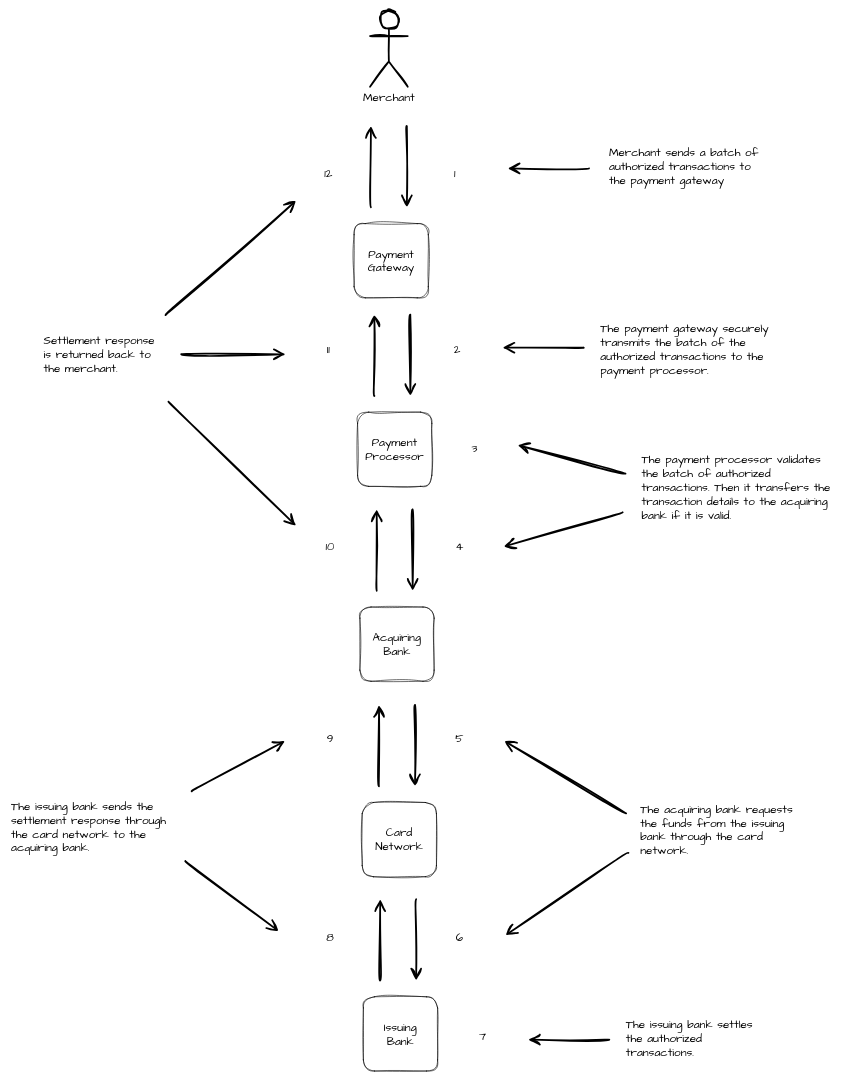
Above: page "payment-settlement" (3 of 3) of docs/payment-lifecycle.drawio in mikita-zadarozhny/banking-systems-lab (draw.io), before the change. Source tidied: cells renumbered, new cells numbered last; positions are measured from the earlier drawing's top-left corner, leaving out a move shared by most shapes. Both pictures are drawn from the tidied source at 58%, with x=0, y=0 at pixel (10, 10).
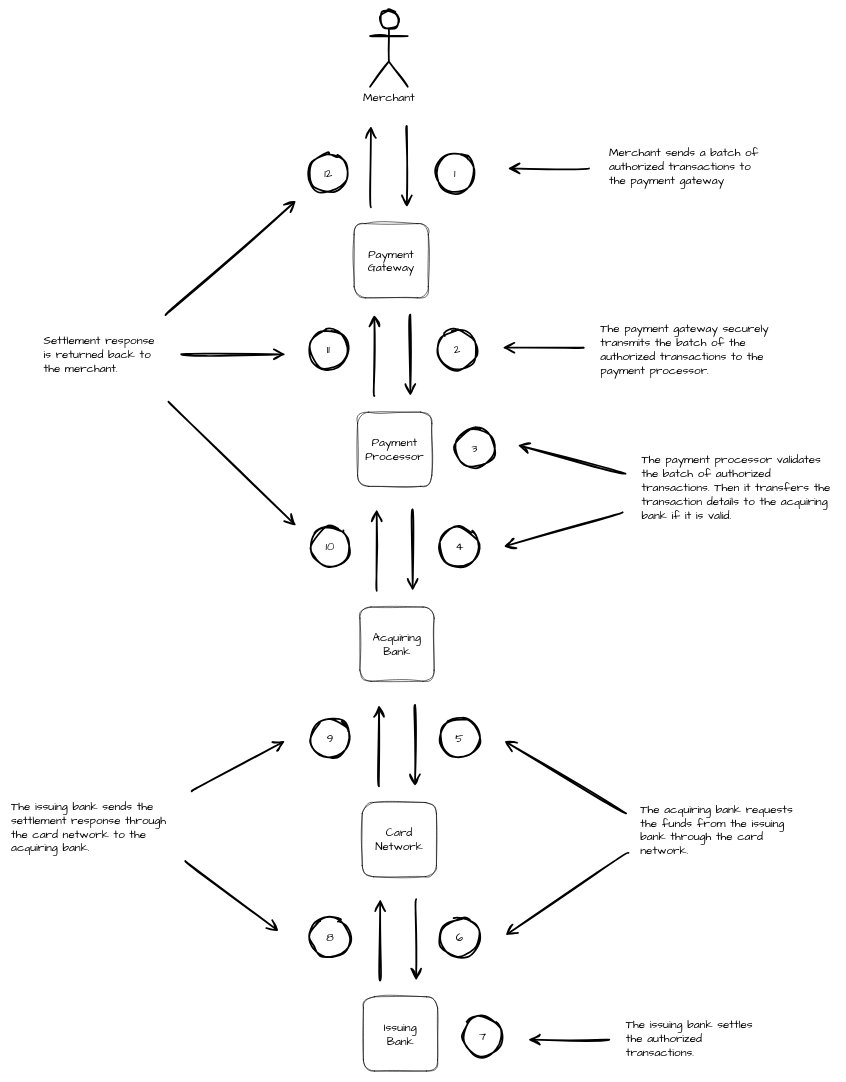
After the change.

Diff of the diagram source:
```diff
@@
-    <mxCell id="22" value="1" style="ellipse;whiteSpace=wrap;html=1;fillColor=default;strokeColor=#FFFFFF;sketch=1;curveFitting=1;jiggle=2;fontFamily=Architects Daughter;fontSize=20;strokeWidth=3;" parent="1" vertex="1">
+    <mxCell id="22" value="1" style="ellipse;whiteSpace=wrap;html=1;sketch=1;curveFitting=1;jiggle=2;fontFamily=Architects Daughter;fontSize=20;strokeWidth=3;" parent="1" vertex="1">
       <mxGeometry x="733" y="246" width="68" height="68" as="geometry" />
     </mxCell>
-    <mxCell id="23" value="2" style="ellipse;whiteSpace=wrap;html=1;fillColor=default;strokeColor=#FFFFFF;sketch=1;curveFitting=1;jiggle=2;fontFamily=Architects Daughter;fontSize=20;strokeWidth=3;" parent="1" vertex="1">
+    <mxCell id="23" value="2" style="ellipse;whiteSpace=wrap;html=1;sketch=1;curveFitting=1;jiggle=2;fontFamily=Architects Daughter;fontSize=20;strokeWidth=3;" parent="1" vertex="1">
       <mxGeometry x="737" y="550" width="68" height="68" as="geometry" />
     </mxCell>
-    <mxCell id="24" value="3" style="ellipse;whiteSpace=wrap;html=1;fillColor=default;strokeColor=#FFFFFF;sketch=1;curveFitting=1;jiggle=2;fontFamily=Architects Daughter;fontSize=20;strokeWidth=3;" parent="1" vertex="1">
+    <mxCell id="24" value="3" style="ellipse;whiteSpace=wrap;html=1;sketch=1;curveFitting=1;jiggle=2;fontFamily=Architects Daughter;fontSize=20;strokeWidth=3;" parent="1" vertex="1">
       <mxGeometry x="767" y="720" width="68" height="68" as="geometry" />
     </mxCell>
-    <mxCell id="25" value="4" style="ellipse;whiteSpace=wrap;html=1;fillColor=default;strokeColor=#FFFFFF;sketch=1;curveFitting=1;jiggle=2;fontFamily=Architects Daughter;fontSize=20;strokeWidth=3;" parent="1" vertex="1">
+    <mxCell id="25" value="4" style="ellipse;whiteSpace=wrap;html=1;sketch=1;curveFitting=1;jiggle=2;fontFamily=Architects Daughter;fontSize=20;strokeWidth=3;" parent="1" vertex="1">
       <mxGeometry x="741" y="890" width="68" height="68" as="geometry" />
     </mxCell>
-    <mxCell id="26" value="5" style="ellipse;whiteSpace=wrap;html=1;fillColor=default;strokeColor=#FFFFFF;sketch=1;curveFitting=1;jiggle=2;fontFamily=Architects Daughter;fontSize=20;strokeWidth=3;" parent="1" vertex="1">
+    <mxCell id="26" value="5" style="ellipse;whiteSpace=wrap;html=1;sketch=1;curveFitting=1;jiggle=2;fontFamily=Architects Daughter;fontSize=20;strokeWidth=3;" parent="1" vertex="1">
       <mxGeometry x="741" y="1220" width="68" height="68" as="geometry" />
     </mxCell>
-    <mxCell id="27" value="6" style="ellipse;whiteSpace=wrap;html=1;fillColor=default;strokeColor=#FFFFFF;sketch=1;curveFitting=1;jiggle=2;fontFamily=Architects Daughter;fontSize=20;strokeWidth=3;" parent="1" vertex="1">
+    <mxCell id="27" value="6" style="ellipse;whiteSpace=wrap;html=1;sketch=1;curveFitting=1;jiggle=2;fontFamily=Architects Daughter;fontSize=20;strokeWidth=3;" parent="1" vertex="1">
       <mxGeometry x="741" y="1564.2" width="68" height="68" as="geometry" />
     </mxCell>
-    <mxCell id="28" value="10" style="ellipse;whiteSpace=wrap;html=1;fillColor=default;strokeColor=#FFFFFF;sketch=1;curveFitting=1;jiggle=2;fontFamily=Architects Daughter;fontSize=20;strokeWidth=3;" parent="1" vertex="1">
+    <mxCell id="28" value="10" style="ellipse;whiteSpace=wrap;html=1;sketch=1;curveFitting=1;jiggle=2;fontFamily=Architects Daughter;fontSize=20;strokeWidth=3;" parent="1" vertex="1">
       <mxGeometry x="518" y="890" width="68" height="68" as="geometry" />
     </mxCell>
-    <mxCell id="29" value="9" style="ellipse;whiteSpace=wrap;html=1;fillColor=default;strokeColor=#FFFFFF;sketch=1;curveFitting=1;jiggle=2;fontFamily=Architects Daughter;fontSize=20;strokeWidth=3;" parent="1" vertex="1">
+    <mxCell id="29" value="9" style="ellipse;whiteSpace=wrap;html=1;sketch=1;curveFitting=1;jiggle=2;fontFamily=Architects Daughter;fontSize=20;strokeWidth=3;" parent="1" vertex="1">
       <mxGeometry x="518" y="1220" width="68" height="68" as="geometry" />
     </mxCell>
-    <mxCell id="30" value="8" style="ellipse;whiteSpace=wrap;html=1;fillColor=default;strokeColor=#FFFFFF;sketch=1;curveFitting=1;jiggle=2;fontFamily=Architects Daughter;fontSize=20;strokeWidth=3;" parent="1" vertex="1">
+    <mxCell id="30" value="8" style="ellipse;whiteSpace=wrap;html=1;sketch=1;curveFitting=1;jiggle=2;fontFamily=Architects Daughter;fontSize=20;strokeWidth=3;" parent="1" vertex="1">
       <mxGeometry x="518" y="1564.2" width="68" height="68" as="geometry" />
     </mxCell>
-    <mxCell id="31" value="7" style="ellipse;whiteSpace=wrap;html=1;fillColor=default;strokeColor=#FFFFFF;sketch=1;curveFitting=1;jiggle=2;fontFamily=Architects Daughter;fontSize=20;strokeWidth=3;" parent="1" vertex="1">
+    <mxCell id="31" value="7" style="ellipse;whiteSpace=wrap;html=1;sketch=1;curveFitting=1;jiggle=2;fontFamily=Architects Daughter;fontSize=20;strokeWidth=3;" parent="1" vertex="1">
       <mxGeometry x="781" y="1734" width="68" height="68" as="geometry" />
     </mxCell>
-    <mxCell id="32" value="11" style="ellipse;whiteSpace=wrap;html=1;fillColor=default;strokeColor=#FFFFFF;sketch=1;curveFitting=1;jiggle=2;fontFamily=Architects Daughter;fontSize=20;strokeWidth=3;" parent="1" vertex="1">
+    <mxCell id="32" value="11" style="ellipse;whiteSpace=wrap;html=1;sketch=1;curveFitting=1;jiggle=2;fontFamily=Architects Daughter;fontSize=20;strokeWidth=3;" parent="1" vertex="1">
       <mxGeometry x="515" y="550" width="68" height="68" as="geometry" />
     </mxCell>
-    <mxCell id="33" value="12" style="ellipse;whiteSpace=wrap;html=1;fillColor=default;strokeColor=#FFFFFF;sketch=1;curveFitting=1;jiggle=2;fontFamily=Architects Daughter;fontSize=20;strokeWidth=3;" parent="1" vertex="1">
+    <mxCell id="33" value="12" style="ellipse;whiteSpace=wrap;html=1;sketch=1;curveFitting=1;jiggle=2;fontFamily=Architects Daughter;fontSize=20;strokeWidth=3;" parent="1" vertex="1">
       <mxGeometry x="515" y="246" width="68" height="68" as="geometry" />
     </mxCell>
```
